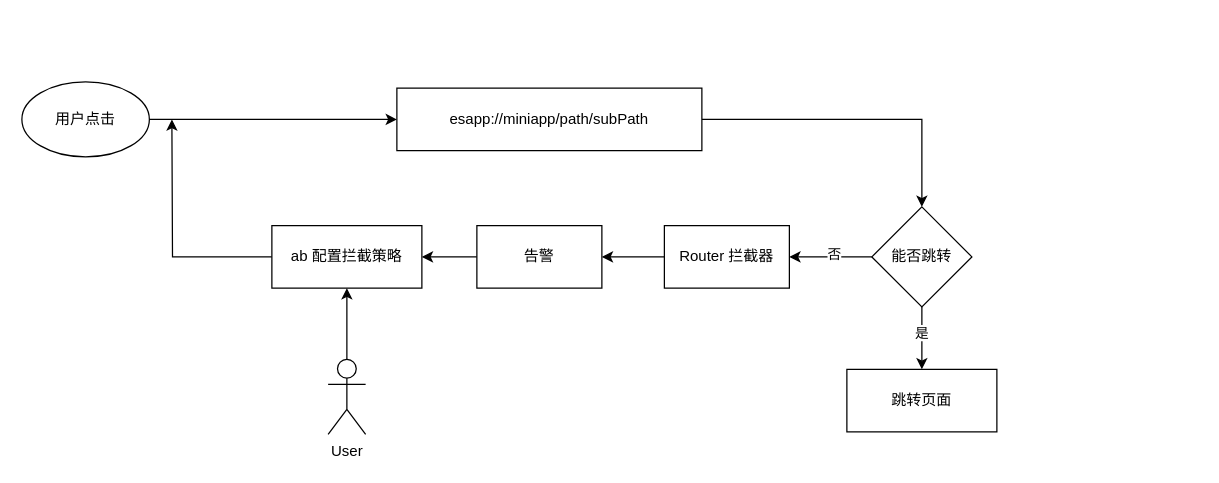
Earlier version of the draw.io diagram page "兜底方案" (6 of 7) of 容器化实施方案.drawio (ashen-23/DrawIORepo). Source tidied: cells renumbered, new cells numbered last; positions are measured from the earlier drawing's top-left corner, leaving out a move shared by most shapes. Both pictures are drawn from the tidied source at 125%, with x=0, y=0 at pixel (21, 81).
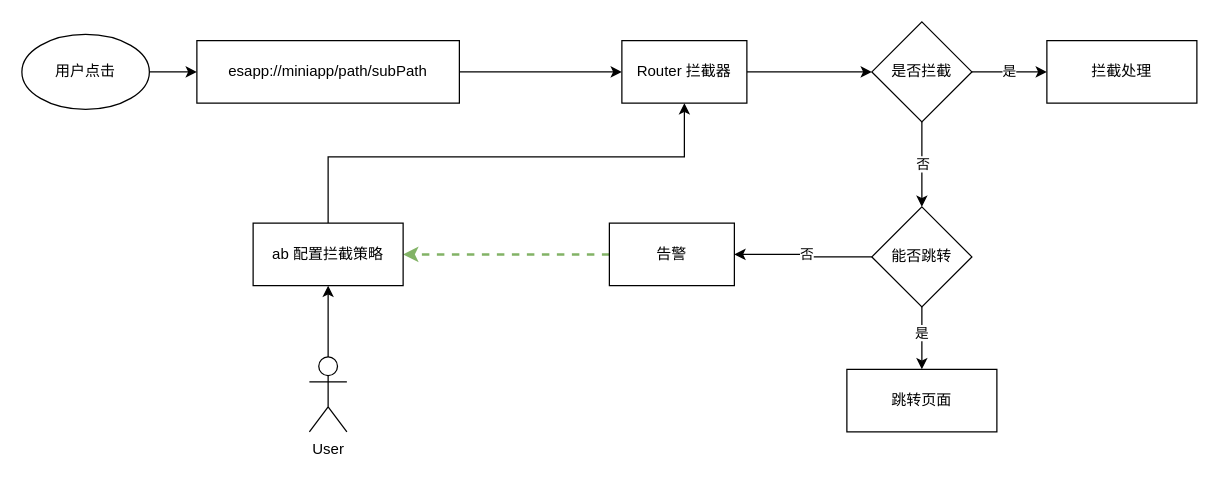
The same diagram, later.

The change refers to these unchanged cells:
```xml
<mxCell id="8" value="能否跳转" style="rhombus;whiteSpace=wrap;html=1;" parent="1" vertex="1">
  <mxGeometry x="680" y="100" width="80" height="80" as="geometry" />
</mxCell>
```

What changed in the source:
```diff
@@
-    <mxCell id="2" style="edgeStyle=orthogonalEdgeStyle;rounded=0;jettySize=auto;html=1;entryX=0.5;entryY=0;entryDx=0;entryDy=0;" parent="1" edge="1" source="3" target="8">
-      <mxGeometry relative="1" as="geometry" />
-    </mxCell>
+    <mxCell id="20" style="edgeStyle=orthogonalEdgeStyle;rounded=0;jettySize=auto;html=1;entryX=0;entryY=0.5;entryDx=0;entryDy=0;strokeColor=#000000;strokeWidth=1;" parent="1" edge="1" source="3" target="15">
+      <mxGeometry relative="1" as="geometry" />
+    </mxCell>
     <mxCell id="3" value="esapp://miniapp/path/subPath" style="whiteSpace=wrap;html=1;" parent="1" vertex="1">
-      <mxGeometry x="300" y="5" width="244" height="50" as="geometry" />
+      <mxGeometry x="140" y="-33" width="210" height="50" as="geometry" />
     </mxCell>
-    <mxCell id="4" style="edgeStyle=orthogonalEdgeStyle;rounded=0;jettySize=auto;html=1;entryX=1;entryY=0.5;entryDx=0;entryDy=0;" parent="1" edge="1" source="8" target="15">
+    <mxCell id="4" style="edgeStyle=orthogonalEdgeStyle;rounded=0;jettySize=auto;html=1;entryX=1;entryY=0.5;entryDx=0;entryDy=0;" parent="1" edge="1" source="8" target="11">
       <mxGeometry relative="1" as="geometry" />
     </mxCell>
@@
-    <mxCell id="10" style="edgeStyle=orthogonalEdgeStyle;rounded=0;jettySize=auto;html=1;entryX=1;entryY=0.5;entryDx=0;entryDy=0;" parent="1" edge="1" source="11" target="13">
+    <mxCell id="10" style="edgeStyle=orthogonalEdgeStyle;rounded=0;jettySize=auto;html=1;entryX=1;entryY=0.5;entryDx=0;entryDy=0;dashed=1;strokeColor=#82B366;strokeWidth=2;" parent="1" edge="1" source="11" target="13">
       <mxGeometry relative="1" as="geometry" />
     </mxCell>
     <mxCell id="11" value="告警" style="whiteSpace=wrap;html=1;" parent="1" vertex="1">
-      <mxGeometry x="364" y="115" width="100" height="50" as="geometry" />
+      <mxGeometry x="470" y="113" width="100" height="50" as="geometry" />
     </mxCell>
-    <mxCell id="12" style="edgeStyle=orthogonalEdgeStyle;rounded=0;jettySize=auto;html=1;" parent="1" edge="1" source="13">
-      <mxGeometry relative="1" as="geometry">
-        <mxPoint x="120" y="30" as="targetPoint" />
-      </mxGeometry>
-    </mxCell>
+    <mxCell id="21" style="edgeStyle=orthogonalEdgeStyle;rounded=0;jettySize=auto;html=1;strokeColor=#000000;strokeWidth=1;" parent="1" edge="1" source="13" target="15">
+      <mxGeometry relative="1" as="geometry">
+        <Array as="points">
+          <mxPoint x="245" y="60" />
+          <mxPoint x="530" y="60" />
+        </Array>
+      </mxGeometry>
+    </mxCell>
     <mxCell id="13" value="ab 配置拦截策略" style="whiteSpace=wrap;html=1;" parent="1" vertex="1">
-      <mxGeometry x="200" y="115" width="120" height="50" as="geometry" />
+      <mxGeometry x="185" y="113" width="120" height="50" as="geometry" />
     </mxCell>
-    <mxCell id="14" style="edgeStyle=orthogonalEdgeStyle;rounded=0;jettySize=auto;html=1;entryX=1;entryY=0.5;entryDx=0;entryDy=0;" parent="1" edge="1" source="15" target="11">
-      <mxGeometry relative="1" as="geometry" />
-    </mxCell>
-    <mxCell id="15" value="Router 拦截器" style="whiteSpace=wrap;html=1;" parent="1" vertex="1">
-      <mxGeometry x="514" y="115" width="100" height="50" as="geometry" />
-    </mxCell>
@@
     <mxCell id="17" value="User" style="shape=umlActor;verticalLabelPosition=bottom;verticalAlign=top;html=1;outlineConnect=0;" parent="1" vertex="1">
-      <mxGeometry x="245" y="222" width="30" height="60" as="geometry" />
+      <mxGeometry x="230" y="220" width="30" height="60" as="geometry" />
     </mxCell>
@@
     <mxCell id="19" value="用户点击" style="ellipse;whiteSpace=wrap;html=1;" parent="1" vertex="1">
-      <mxGeometry width="102" height="60" as="geometry" />
+      <mxGeometry y="-38" width="102" height="60" as="geometry" />
     </mxCell>
+    <mxCell id="22" style="edgeStyle=orthogonalEdgeStyle;rounded=0;jettySize=auto;html=1;entryX=0;entryY=0.5;entryDx=0;entryDy=0;strokeColor=#000000;strokeWidth=1;" parent="1" edge="1" source="15" target="27">
+      <mxGeometry relative="1" as="geometry" />
+    </mxCell>
+    <mxCell id="15" value="Router 拦截器" style="whiteSpace=wrap;html=1;" parent="1" vertex="1">
+      <mxGeometry x="480" y="-33" width="100" height="50" as="geometry" />
+    </mxCell>
+    <mxCell id="23" style="edgeStyle=orthogonalEdgeStyle;rounded=0;jettySize=auto;html=1;entryX=0.5;entryY=0;entryDx=0;entryDy=0;strokeColor=#000000;strokeWidth=1;" parent="1" edge="1" source="27" target="8">
+      <mxGeometry relative="1" as="geometry" />
+    </mxCell>
+    <mxCell id="24" value="否" style="edgeLabel;html=1;align=center;verticalAlign=middle;" parent="23" vertex="1">
+      <mxGeometry x="-0.03" relative="1" as="geometry" />
+    </mxCell>
+    <mxCell id="25" style="edgeStyle=orthogonalEdgeStyle;rounded=0;jettySize=auto;html=1;entryX=0;entryY=0.5;entryDx=0;entryDy=0;strokeColor=#000000;strokeWidth=1;" parent="1" edge="1" source="27" target="28">
+      <mxGeometry relative="1" as="geometry" />
+    </mxCell>
+    <mxCell id="26" value="是" style="edgeLabel;html=1;align=center;verticalAlign=middle;" parent="25" vertex="1">
+      <mxGeometry x="-0.03" y="1" relative="1" as="geometry" />
+    </mxCell>
+    <mxCell id="27" value="是否拦截" style="rhombus;whiteSpace=wrap;html=1;" parent="1" vertex="1">
+      <mxGeometry x="680" y="-48" width="80" height="80" as="geometry" />
+    </mxCell>
+    <mxCell id="28" value="拦截处理" style="whiteSpace=wrap;html=1;" parent="1" vertex="1">
+      <mxGeometry x="820" y="-33" width="120" height="50" as="geometry" />
+    </mxCell>
```
